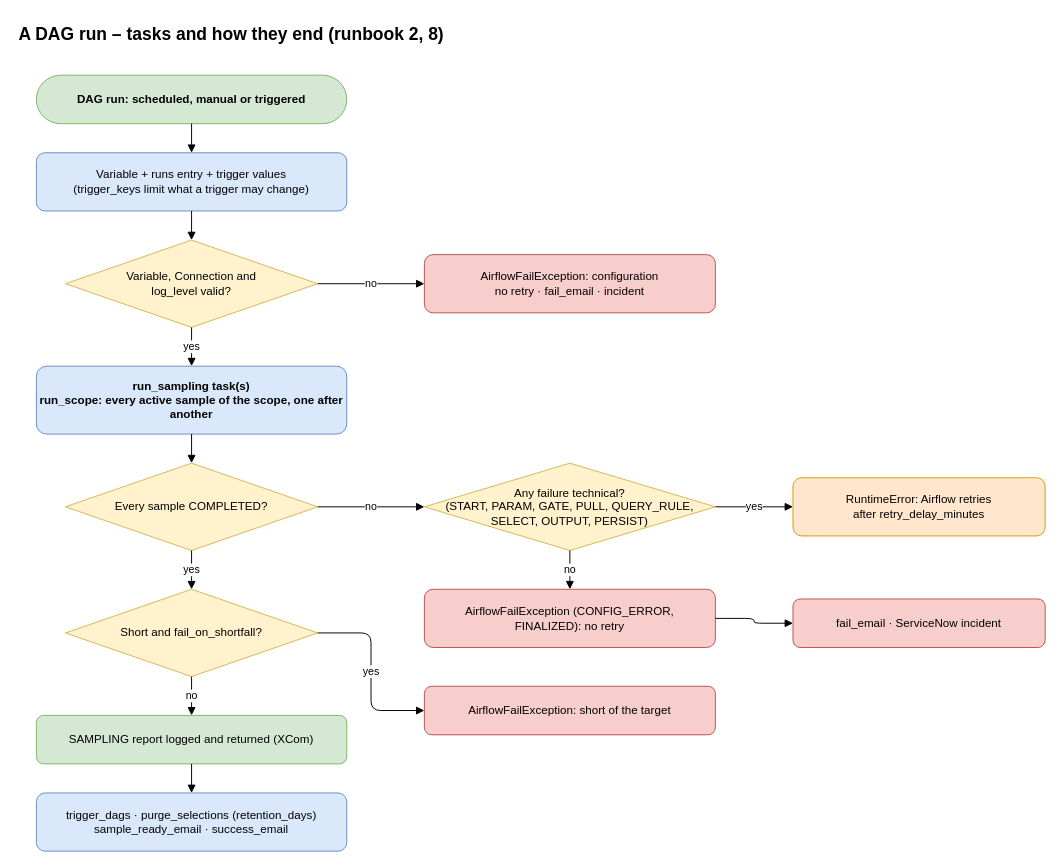
Above: airflow_resources/docs/diagrams/pages/02_dag_run_and_result.drawio in trinathgundavaram/sampling (draw.io), before the change. Source tidied: cells renumbered, new cells numbered last; positions are measured from the earlier drawing's top-left corner, leaving out a move shared by most shapes. Both pictures are drawn from the tidied source at 97%, with x=0, y=0 at pixel (16, 16).
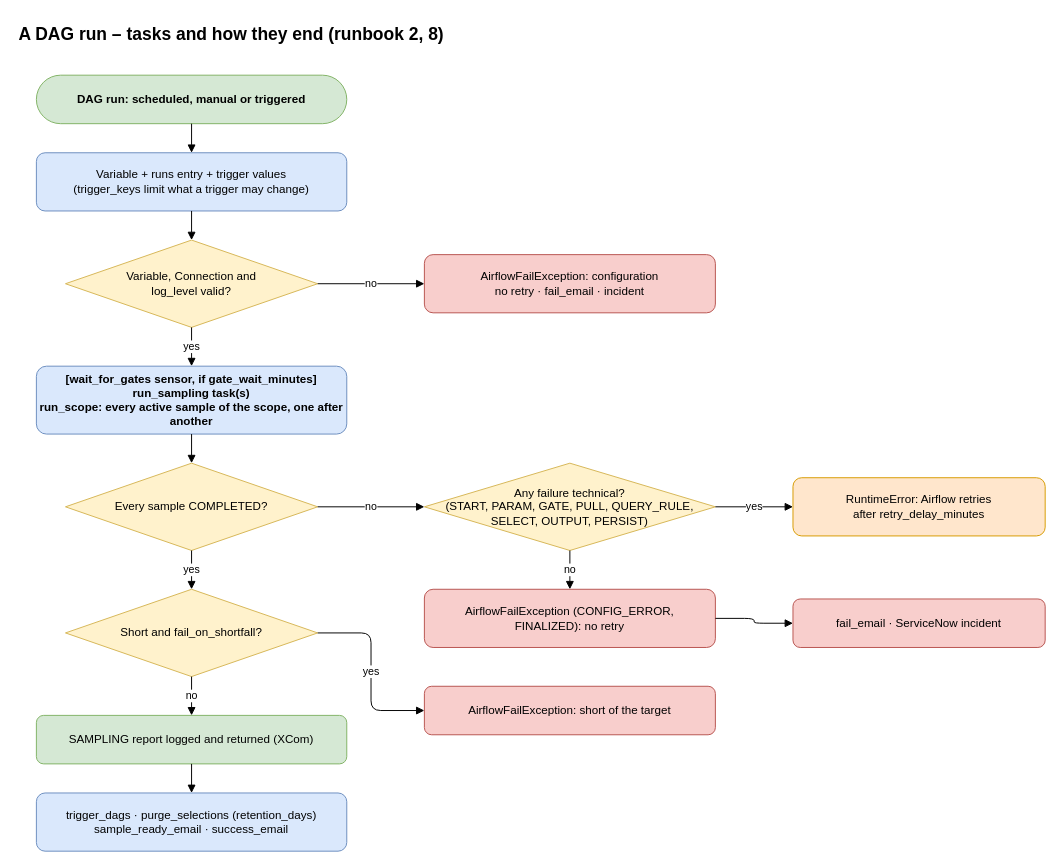
The same diagram, later.

Diff of the diagram source:
```diff
@@
-    <mxCell id="7" value="run_sampling task(s)&lt;br&gt;run_scope: every active sample of the scope, one after another" style="rounded=1;whiteSpace=wrap;html=1;fillColor=#dae8fc;strokeColor=#6c8ebf;fontStyle=1;" parent="1" vertex="1">
+    <mxCell id="7" value="[wait_for_gates sensor, if gate_wait_minutes]&lt;br&gt;run_sampling task(s)&lt;br&gt;run_scope: every active sample of the scope, one after another" style="rounded=1;whiteSpace=wrap;html=1;fillColor=#dae8fc;strokeColor=#6c8ebf;fontStyle=1;" parent="1" vertex="1">
       <mxGeometry x="20" y="360" width="320" height="70" as="geometry" />
     </mxCell>
```
